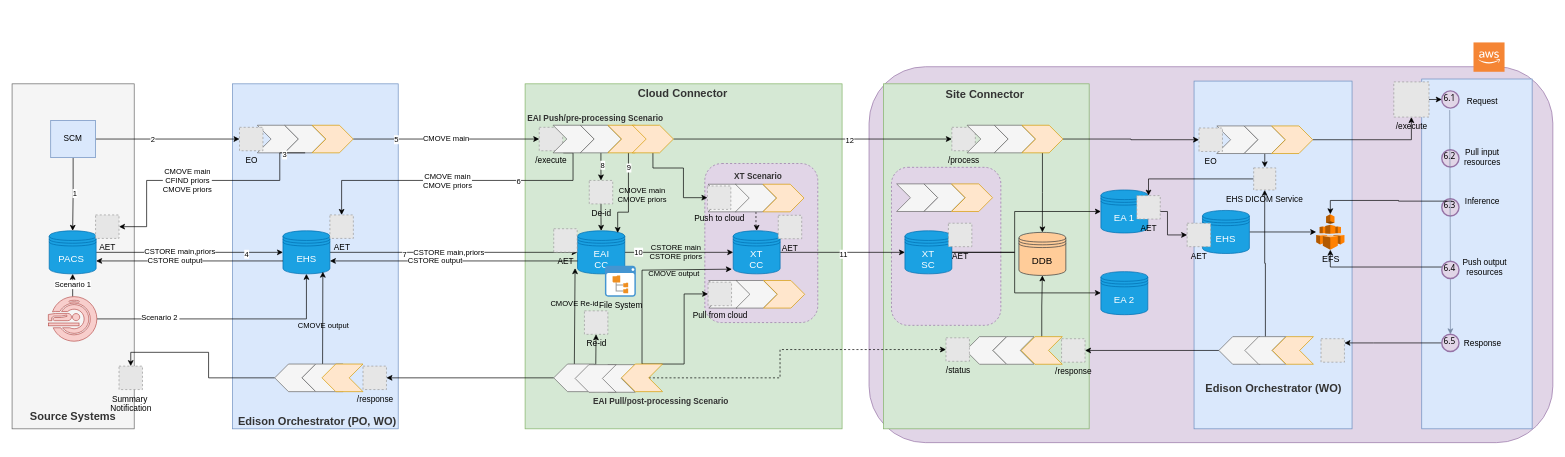
rahoolp/gediagrams keeps this draw.io diagram as CloudEcosystem-Detailed.drawio. Above is the earlier version. Source tidied: cells renumbered, new cells numbered last; positions are measured from the earlier drawing's top-left corner, leaving out a move shared by most shapes. Both pictures are drawn from the tidied source at 69%, with x=0, y=0 at pixel (12, 42). Pictures stored in the file or linked from it are replaced by grey dashed boxes.
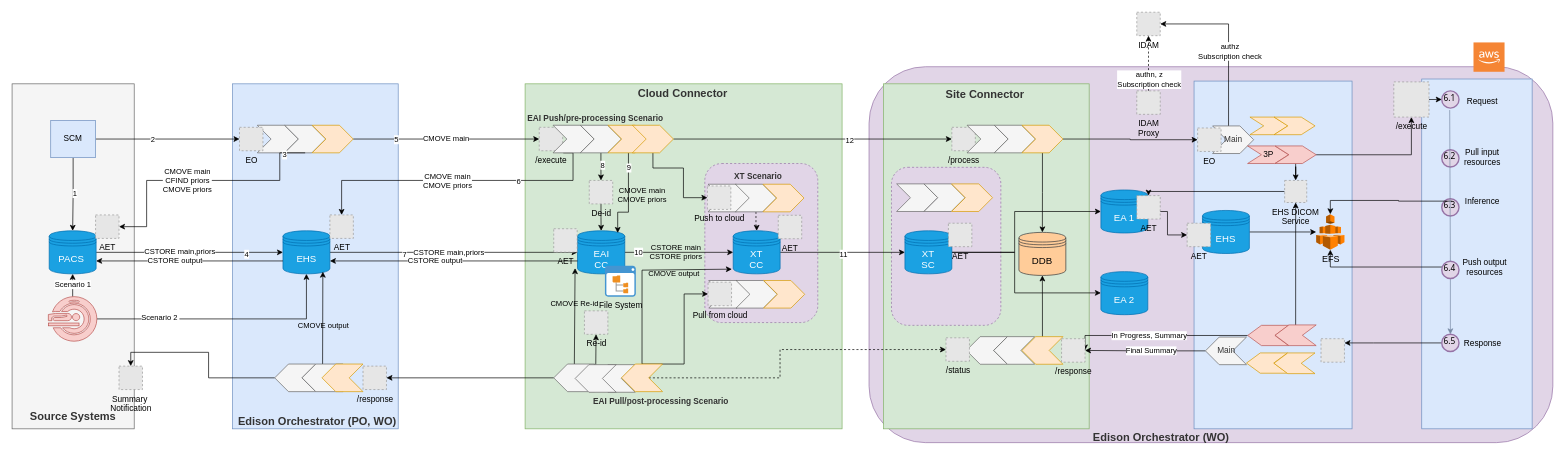
After the change.

Unchanged cells that the change refers to:
```xml
<mxCell id="100" value="AET" style="fillColor=#E6E6E6;strokeColor=#999999;dashed=1;html=1;verticalAlign=top;verticalLabelPosition=bottom;labelBackgroundColor=none;" parent="1" vertex="1">
  <mxGeometry x="1630" y="222" width="34" height="34" as="geometry" />
</mxCell>
<mxCell id="119" style="edgeStyle=orthogonalEdgeStyle;rounded=0;jettySize=auto;html=1;entryX=1;entryY=0.5;entryDx=0;entryDy=0;" parent="1" edge="1" source="120" target="129">
  <mxGeometry relative="1" as="geometry" />
</mxCell>
<mxCell id="129" value="/response" style="fillColor=#E6E6E6;strokeColor=#999999;dashed=1;html=1;verticalAlign=top;verticalLabelPosition=bottom;labelBackgroundColor=none;" parent="1" vertex="1">
  <mxGeometry x="1521" y="429.4" width="34" height="34" as="geometry" />
</mxCell>
```

The edit, as a diff of the source:
```diff
@@
+    <mxCell id="168" style="edgeStyle=orthogonalEdgeStyle;rounded=0;jettySize=auto;html=1;entryX=1;entryY=0.5;entryDx=0;entryDy=0;" parent="1" edge="1" source="92" target="176">
+      <mxGeometry relative="1" as="geometry">
+        <Array as="points">
+          <mxPoint x="1763" y="-27" />
+        </Array>
+      </mxGeometry>
+    </mxCell>
+    <mxCell id="169" value="authz&lt;br&gt;Subscription check" style="edgeLabel;html=1;align=center;verticalAlign=middle;" parent="168" vertex="1">
+      <mxGeometry x="-0.12" y="-1" relative="1" as="geometry" />
+    </mxCell>
-    <mxCell id="92" style="shape=step;perimeter=stepPerimeter;whiteSpace=wrap;html=1;fixedSize=1;fillColor=#f5f5f5;strokeColor=#666666;fontColor=#333333;" parent="1" vertex="1">
-      <mxGeometry x="1746" y="121" width="59.5" height="40" as="geometry" />
+    <mxCell id="92" value="Main" style="shape=step;perimeter=stepPerimeter;whiteSpace=wrap;html=1;fixedSize=1;fillColor=#f5f5f5;strokeColor=#666666;fontColor=#333333;" parent="1" vertex="1">
+      <mxGeometry x="1739.9" y="121" width="59.5" height="40" as="geometry" />
     </mxCell>
-    <mxCell id="93" style="edgeStyle=orthogonalEdgeStyle;rounded=0;jettySize=auto;html=1;" parent="1" edge="1" source="94" target="159">
+    <mxCell id="93" style="edgeStyle=orthogonalEdgeStyle;rounded=0;jettySize=auto;html=1;exitX=0.5;exitY=1;exitDx=0;exitDy=0;" parent="1" edge="1" source="96" target="159">
       <mxGeometry relative="1" as="geometry" />
     </mxCell>
-    <mxCell id="94" style="shape=step;perimeter=stepPerimeter;whiteSpace=wrap;html=1;fixedSize=1;fillColor=#f5f5f5;strokeColor=#666666;fontColor=#333333;" parent="1" vertex="1">
-      <mxGeometry x="1785.7" y="121" width="59.5" height="40" as="geometry" />
+    <mxCell id="94" value="3P" style="shape=step;perimeter=stepPerimeter;whiteSpace=wrap;html=1;fixedSize=1;fillColor=#f8cecc;strokeColor=#b85450;" parent="1" vertex="1">
+      <mxGeometry x="1790.6" y="150" width="59.5" height="25.5" as="geometry" />
     </mxCell>
@@
-    <mxCell id="96" style="shape=step;perimeter=stepPerimeter;whiteSpace=wrap;html=1;fixedSize=1;fillColor=#ffe6cc;strokeColor=#d79b00;" parent="1" vertex="1">
-      <mxGeometry x="1825.5" y="121" width="59.5" height="40" as="geometry" />
+    <mxCell id="96" style="shape=step;perimeter=stepPerimeter;whiteSpace=wrap;html=1;fixedSize=1;fillColor=#f8cecc;strokeColor=#b85450;" parent="1" vertex="1">
+      <mxGeometry x="1830.5" y="150" width="59.5" height="25.5" as="geometry" />
     </mxCell>
@@
     <mxCell id="98" value="EO" style="fillColor=#E6E6E6;strokeColor=#999999;dashed=1;html=1;verticalAlign=top;verticalLabelPosition=bottom;labelBackgroundColor=none;" parent="1" vertex="1">
-      <mxGeometry x="1720.2" y="124" width="34" height="34" as="geometry" />
+      <mxGeometry x="1718.2" y="124" width="34" height="34" as="geometry" />
     </mxCell>
     <mxCell id="99" value="&lt;span style=&quot;font-size: 16px&quot;&gt;Edison&amp;nbsp;&lt;/span&gt;&lt;span style=&quot;font-size: 16px&quot;&gt;Orchestrator (WO)&lt;/span&gt;" style="text;html=1;align=center;verticalAlign=middle;fontStyle=1;fontSize=16;labelBackgroundColor=none;fontColor=#333333;" parent="1" vertex="1">
-      <mxGeometry x="1724" y="489.7" width="207" height="23" as="geometry" />
+      <mxGeometry x="1561" y="560" width="207" height="23" as="geometry" />
     </mxCell>
@@
+    <mxCell id="170" value="Final Summary" style="edgeLabel;html=1;align=center;verticalAlign=middle;" parent="119" vertex="1">
+      <mxGeometry x="-0.1" y="-1" relative="1" as="geometry" />
+    </mxCell>
-    <mxCell id="120" style="shape=step;perimeter=stepPerimeter;whiteSpace=wrap;html=1;fixedSize=1;fillColor=#f5f5f5;strokeColor=#666666;fontColor=#333333;direction=west;" parent="1" vertex="1">
-      <mxGeometry x="1749" y="426.4" width="59.5" height="40" as="geometry" />
+    <mxCell id="120" value="Main" style="shape=step;perimeter=stepPerimeter;whiteSpace=wrap;html=1;fixedSize=1;fillColor=#f5f5f5;strokeColor=#666666;fontColor=#333333;direction=west;" parent="1" vertex="1">
+      <mxGeometry x="1729.5" y="427" width="59.5" height="40" as="geometry" />
     </mxCell>
-    <mxCell id="121" style="edgeStyle=orthogonalEdgeStyle;rounded=0;jettySize=auto;html=1;entryX=0.5;entryY=1;entryDx=0;entryDy=0;" parent="1" edge="1" source="122" target="159">
+    <mxCell id="121" style="edgeStyle=orthogonalEdgeStyle;rounded=0;jettySize=auto;html=1;entryX=0.5;entryY=1;entryDx=0;entryDy=0;exitX=0.5;exitY=1;exitDx=0;exitDy=0;" parent="1" edge="1" source="123" target="159">
       <mxGeometry relative="1" as="geometry" />
     </mxCell>
+    <mxCell id="171" style="edgeStyle=orthogonalEdgeStyle;rounded=0;jettySize=auto;html=1;entryX=1;entryY=0.5;entryDx=0;entryDy=0;" parent="1" edge="1" source="122" target="129">
+      <mxGeometry relative="1" as="geometry">
+        <Array as="points">
+          <mxPoint x="1555" y="425" />
+        </Array>
+      </mxGeometry>
+    </mxCell>
+    <mxCell id="172" value="In Progress, Summary" style="edgeLabel;html=1;align=center;verticalAlign=middle;" parent="171" vertex="1">
+      <mxGeometry x="-0.19" y="-1" relative="1" as="geometry">
+        <mxPoint x="-39" y="1" as="offset" />
+      </mxGeometry>
+    </mxCell>
-    <mxCell id="122" style="shape=step;perimeter=stepPerimeter;whiteSpace=wrap;html=1;fixedSize=1;fillColor=#f5f5f5;strokeColor=#666666;fontColor=#333333;direction=west;" parent="1" vertex="1">
-      <mxGeometry x="1786.6" y="426.4" width="59.5" height="40" as="geometry" />
+    <mxCell id="122" style="shape=step;perimeter=stepPerimeter;whiteSpace=wrap;html=1;fixedSize=1;fillColor=#f8cecc;strokeColor=#b85450;direction=west;" parent="1" vertex="1">
+      <mxGeometry x="1790.7" y="410" width="59.5" height="29.4" as="geometry" />
     </mxCell>
-    <mxCell id="123" style="shape=step;perimeter=stepPerimeter;whiteSpace=wrap;html=1;fixedSize=1;fillColor=#ffe6cc;strokeColor=#d79b00;direction=west;" parent="1" vertex="1">
-      <mxGeometry x="1826.5" y="426.4" width="59.5" height="40" as="geometry" />
+    <mxCell id="123" style="shape=step;perimeter=stepPerimeter;whiteSpace=wrap;html=1;fixedSize=1;fillColor=#f8cecc;strokeColor=#b85450;direction=west;" parent="1" vertex="1">
+      <mxGeometry x="1830.5" y="409.4" width="59.5" height="30" as="geometry" />
     </mxCell>
@@
     <mxCell id="125" style="shape=step;perimeter=stepPerimeter;whiteSpace=wrap;html=1;fixedSize=1;fillColor=#f5f5f5;strokeColor=#666666;fontColor=#333333;direction=west;" parent="1" vertex="1">
-      <mxGeometry x="1382" y="426.4" width="59.5" height="40" as="geometry" />
+      <mxGeometry x="1383" y="426.4" width="59.5" height="40" as="geometry" />
     </mxCell>
     <mxCell id="126" style="shape=step;perimeter=stepPerimeter;whiteSpace=wrap;html=1;fixedSize=1;fillColor=#f5f5f5;strokeColor=#666666;fontColor=#333333;direction=west;" parent="1" vertex="1">
-      <mxGeometry x="1421.6" y="426.4" width="59.5" height="40" as="geometry" />
+      <mxGeometry x="1422.6" y="426.4" width="59.5" height="40" as="geometry" />
     </mxCell>
@@
     <mxCell id="128" style="shape=step;perimeter=stepPerimeter;whiteSpace=wrap;html=1;fixedSize=1;fillColor=#ffe6cc;strokeColor=#d79b00;direction=west;" parent="1" vertex="1">
-      <mxGeometry x="1462.5" y="426.4" width="59.5" height="40" as="geometry" />
+      <mxGeometry x="1463.5" y="426.4" width="59.5" height="40" as="geometry" />
     </mxCell>
@@
     <mxCell id="158" style="edgeStyle=orthogonalEdgeStyle;rounded=0;jettySize=auto;html=1;entryX=0.5;entryY=0;entryDx=0;entryDy=0;" parent="1" edge="1" source="159" target="100">
-      <mxGeometry relative="1" as="geometry" />
+      <mxGeometry relative="1" as="geometry">
+        <Array as="points">
+          <mxPoint x="1647" y="216" />
+        </Array>
+      </mxGeometry>
     </mxCell>
-    <mxCell id="159" value="EHS DICOM Service" style="fillColor=#E6E6E6;strokeColor=#999999;dashed=1;html=1;verticalAlign=top;verticalLabelPosition=bottom;labelBackgroundColor=none;" parent="1" vertex="1">
-      <mxGeometry x="1799.4" y="181.8" width="32" height="32" as="geometry" />
+    <mxCell id="159" value="EHS DICOM &lt;br&gt;Service" style="fillColor=#E6E6E6;strokeColor=#999999;dashed=1;html=1;verticalAlign=top;verticalLabelPosition=bottom;labelBackgroundColor=none;" parent="1" vertex="1">
+      <mxGeometry x="1844.3" y="200" width="32" height="32" as="geometry" />
     </mxCell>
@@
+    <mxCell id="173" style="edgeStyle=orthogonalEdgeStyle;rounded=0;jettySize=auto;html=1;dashed=1;" parent="1" edge="1" source="175" target="176">
+      <mxGeometry relative="1" as="geometry" />
+    </mxCell>
+    <mxCell id="174" value="authn, z&lt;br&gt;Subscription check" style="edgeLabel;html=1;align=center;verticalAlign=middle;" parent="173" vertex="1">
+      <mxGeometry x="-0.19" relative="1" as="geometry">
+        <mxPoint y="15" as="offset" />
+      </mxGeometry>
+    </mxCell>
+    <mxCell id="175" value="IDAM&lt;br&gt;Proxy" style="fillColor=#E6E6E6;strokeColor=#999999;dashed=1;html=1;verticalAlign=top;verticalLabelPosition=bottom;labelBackgroundColor=none;" parent="1" vertex="1">
+      <mxGeometry x="1630" y="70.2" width="34" height="34" as="geometry" />
+    </mxCell>
+    <mxCell id="176" value="IDAM&lt;br&gt;" style="fillColor=#E6E6E6;strokeColor=#999999;dashed=1;html=1;verticalAlign=top;verticalLabelPosition=bottom;labelBackgroundColor=none;" parent="1" vertex="1">
+      <mxGeometry x="1630" y="-43.8" width="34" height="34" as="geometry" />
+    </mxCell>
+    <mxCell id="177" style="shape=step;perimeter=stepPerimeter;whiteSpace=wrap;html=1;fixedSize=1;fillColor=#ffe6cc;strokeColor=#d79b00;" parent="1" vertex="1">
+      <mxGeometry x="1794" y="108.2" width="55.2" height="25.5" as="geometry" />
+    </mxCell>
+    <mxCell id="178" style="shape=step;perimeter=stepPerimeter;whiteSpace=wrap;html=1;fixedSize=1;fillColor=#ffe6cc;strokeColor=#d79b00;" parent="1" vertex="1">
+      <mxGeometry x="1828.9" y="108.2" width="59.5" height="25.5" as="geometry" />
+    </mxCell>
+    <mxCell id="179" style="shape=step;perimeter=stepPerimeter;whiteSpace=wrap;html=1;fixedSize=1;fillColor=#ffe6cc;strokeColor=#d79b00;direction=west;" parent="1" vertex="1">
+      <mxGeometry x="1789" y="450" width="59.5" height="29.4" as="geometry" />
+    </mxCell>
+    <mxCell id="180" style="shape=step;perimeter=stepPerimeter;whiteSpace=wrap;html=1;fixedSize=1;fillColor=#ffe6cc;strokeColor=#d79b00;direction=west;" parent="1" vertex="1">
+      <mxGeometry x="1828.8" y="450" width="59.5" height="30" as="geometry" />
+    </mxCell>
```
